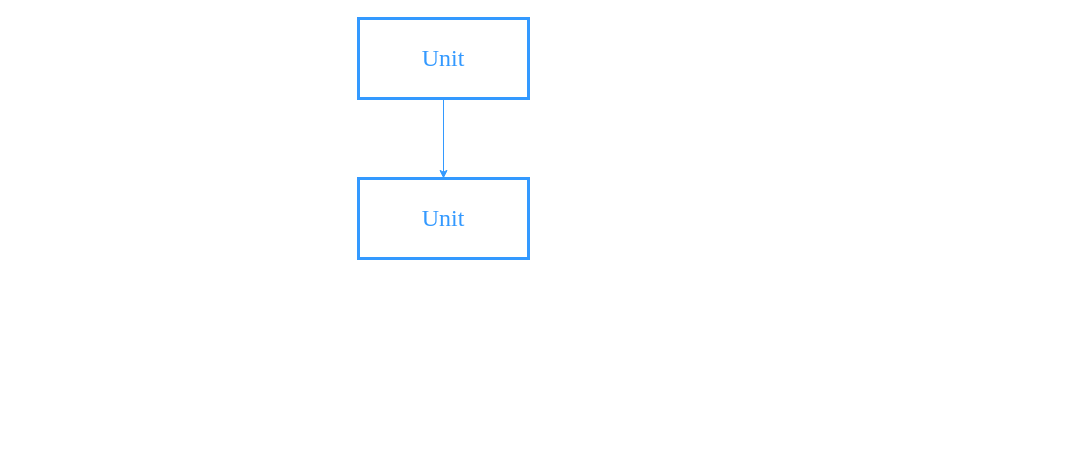
This is 未命名绘图.drawio from petertan123/Diagram, a draw.io file, before an edit. Source tidied: cells renumbered, new cells numbered last; positions are measured from the earlier drawing's top-left corner, leaving out a move shared by most shapes. Both pictures are drawn from the tidied source at 100%, with x=0, y=0 at pixel (358, 18).
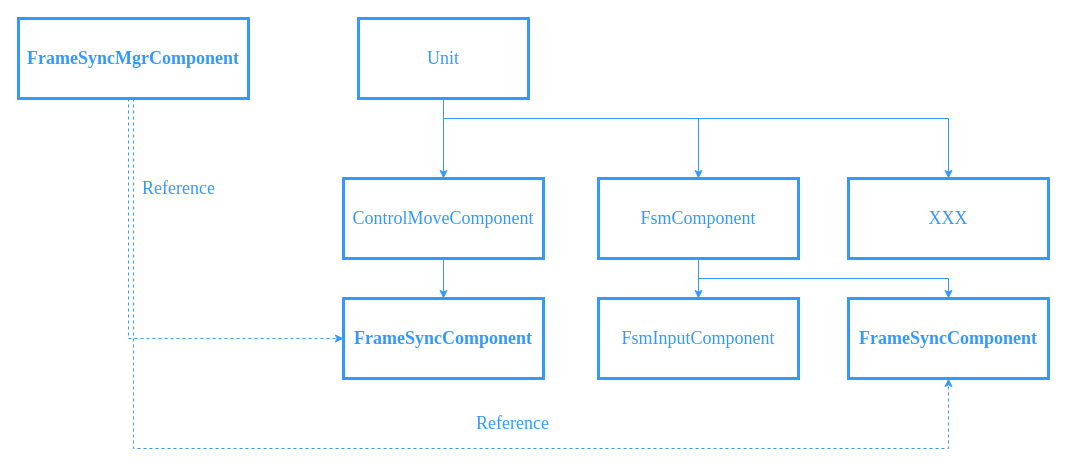
Above is the later version.

Commit message (it also covers changes not shown here):
更新未命名绘图.drawio

What changed in the source:
```diff
@@
+    <mxCell id="5" style="edgeStyle=orthogonalEdgeStyle;rounded=0;jettySize=auto;html=1;fontFamily=Times New Roman;fontSize=18;fontColor=#3399FF;strokeColor=#3399FF;" parent="1" edge="1" source="3" target="10">
+      <mxGeometry relative="1" as="geometry">
+        <Array as="points">
+          <mxPoint x="85" y="100" />
+          <mxPoint x="340" y="100" />
+        </Array>
+      </mxGeometry>
+    </mxCell>
+    <mxCell id="6" style="edgeStyle=orthogonalEdgeStyle;rounded=0;jettySize=auto;html=1;fontFamily=Times New Roman;fontSize=18;fontColor=#3399FF;strokeColor=#3399FF;" parent="1" edge="1" source="3" target="11">
+      <mxGeometry relative="1" as="geometry">
+        <Array as="points">
+          <mxPoint x="85" y="100" />
+          <mxPoint x="590" y="100" />
+        </Array>
+      </mxGeometry>
+    </mxCell>
-    <mxCell id="3" value="&lt;font style=&quot;font-size: 24px;&quot; face=&quot;Times New Roman&quot;&gt;Unit&lt;/font&gt;" style="rounded=0;whiteSpace=wrap;html=1;labelBackgroundColor=none;labelBorderColor=none;fontFamily=Helvetica;fillColor=none;strokeColor=#3399ff;strokeWidth=3;fontColor=#3399FF;" parent="1" vertex="1">
+    <mxCell id="3" value="&lt;font style=&quot;font-size: 18px;&quot; face=&quot;Times New Roman&quot;&gt;Unit&lt;/font&gt;" style="rounded=0;whiteSpace=wrap;html=1;labelBackgroundColor=none;labelBorderColor=none;fontFamily=Helvetica;fillColor=none;strokeColor=#3399ff;strokeWidth=3;fontColor=#3399FF;" parent="1" vertex="1">
       <mxGeometry width="170" height="80" as="geometry" />
     </mxCell>
+    <mxCell id="7" style="edgeStyle=orthogonalEdgeStyle;rounded=0;jettySize=auto;html=1;fontFamily=Times New Roman;fontSize=18;fontColor=#3399FF;strokeColor=#3399FF;" parent="1" edge="1" source="4" target="13">
+      <mxGeometry relative="1" as="geometry" />
+    </mxCell>
-    <mxCell id="4" value="&lt;font style=&quot;font-size: 24px;&quot; face=&quot;Times New Roman&quot;&gt;Unit&lt;/font&gt;" style="rounded=0;whiteSpace=wrap;html=1;labelBackgroundColor=none;labelBorderColor=none;fontFamily=Helvetica;fillColor=none;strokeColor=#3399ff;strokeWidth=3;fontColor=#3399FF;" parent="1" vertex="1">
-      <mxGeometry y="160" width="170" height="80" as="geometry" />
+    <mxCell id="4" value="&lt;font style=&quot;font-size: 18px;&quot; face=&quot;Times New Roman&quot;&gt;ControlMoveComponent&lt;/font&gt;" style="rounded=0;whiteSpace=wrap;html=1;labelBackgroundColor=none;labelBorderColor=none;fontFamily=Helvetica;fillColor=none;strokeColor=#3399ff;strokeWidth=3;fontColor=#3399FF;" parent="1" vertex="1">
+      <mxGeometry x="-15" y="160" width="200" height="80" as="geometry" />
     </mxCell>
+    <mxCell id="8" style="edgeStyle=orthogonalEdgeStyle;rounded=0;jettySize=auto;html=1;entryX=0.5;entryY=0;entryDx=0;entryDy=0;fontFamily=Times New Roman;fontSize=18;fontColor=#3399FF;strokeColor=#3399FF;" parent="1" edge="1" source="10" target="12">
+      <mxGeometry relative="1" as="geometry" />
+    </mxCell>
+    <mxCell id="9" style="edgeStyle=orthogonalEdgeStyle;rounded=0;jettySize=auto;html=1;fontFamily=Times New Roman;fontSize=18;fontColor=#3399FF;strokeColor=#3399FF;" parent="1" edge="1" source="10" target="18">
+      <mxGeometry relative="1" as="geometry">
+        <Array as="points">
+          <mxPoint x="340" y="260" />
+          <mxPoint x="590" y="260" />
+        </Array>
+      </mxGeometry>
+    </mxCell>
+    <mxCell id="10" value="&lt;font face=&quot;Times New Roman&quot;&gt;&lt;span style=&quot;font-size: 18px;&quot;&gt;FsmComponent&lt;/span&gt;&lt;/font&gt;" style="rounded=0;whiteSpace=wrap;html=1;labelBackgroundColor=none;labelBorderColor=none;fontFamily=Helvetica;fillColor=none;strokeColor=#3399ff;strokeWidth=3;fontColor=#3399FF;" parent="1" vertex="1">
+      <mxGeometry x="240" y="160" width="200" height="80" as="geometry" />
+    </mxCell>
+    <mxCell id="11" value="&lt;font style=&quot;font-size: 18px;&quot; face=&quot;Times New Roman&quot;&gt;XXX&lt;/font&gt;" style="rounded=0;whiteSpace=wrap;html=1;labelBackgroundColor=none;labelBorderColor=none;fontFamily=Helvetica;fillColor=none;strokeColor=#3399ff;strokeWidth=3;fontColor=#3399FF;" parent="1" vertex="1">
+      <mxGeometry x="490" y="160" width="200" height="80" as="geometry" />
+    </mxCell>
+    <mxCell id="12" value="&lt;font face=&quot;Times New Roman&quot;&gt;&lt;span style=&quot;font-size: 18px;&quot;&gt;FsmInputComponent&lt;/span&gt;&lt;/font&gt;" style="rounded=0;whiteSpace=wrap;html=1;labelBackgroundColor=none;labelBorderColor=none;fontFamily=Helvetica;fillColor=none;strokeColor=#3399ff;strokeWidth=3;fontColor=#3399FF;" parent="1" vertex="1">
+      <mxGeometry x="240" y="280" width="200" height="80" as="geometry" />
+    </mxCell>
+    <mxCell id="13" value="&lt;font face=&quot;Times New Roman&quot;&gt;&lt;span style=&quot;font-size: 18px;&quot;&gt;&lt;b&gt;FrameSyncComponent&lt;/b&gt;&lt;/span&gt;&lt;/font&gt;" style="rounded=0;whiteSpace=wrap;html=1;labelBackgroundColor=none;labelBorderColor=none;fontFamily=Helvetica;fillColor=none;strokeColor=#3399ff;strokeWidth=3;fontColor=#3399FF;" parent="1" vertex="1">
+      <mxGeometry x="-15" y="280" width="200" height="80" as="geometry" />
+    </mxCell>
+    <mxCell id="14" style="edgeStyle=orthogonalEdgeStyle;rounded=0;jettySize=auto;html=1;entryX=0;entryY=0.5;entryDx=0;entryDy=0;fontFamily=Times New Roman;fontSize=18;fontColor=#3399FF;strokeColor=#3399FF;dashed=1;" parent="1" edge="1" source="16" target="13">
+      <mxGeometry relative="1" as="geometry">
+        <Array as="points">
+          <mxPoint x="-230" y="320" />
+        </Array>
+      </mxGeometry>
+    </mxCell>
+    <mxCell id="15" style="edgeStyle=orthogonalEdgeStyle;rounded=0;jettySize=auto;html=1;fontFamily=Times New Roman;fontSize=18;fontColor=#3399FF;strokeColor=#3399FF;dashed=1;" parent="1" edge="1" source="16" target="18">
+      <mxGeometry relative="1" as="geometry">
+        <Array as="points">
+          <mxPoint x="-225" y="430" />
+          <mxPoint x="590" y="430" />
+        </Array>
+      </mxGeometry>
+    </mxCell>
+    <mxCell id="16" value="&lt;font face=&quot;Times New Roman&quot;&gt;&lt;span style=&quot;font-size: 18px;&quot;&gt;&lt;b&gt;FrameSyncMgrComponent&lt;/b&gt;&lt;/span&gt;&lt;/font&gt;" style="rounded=0;whiteSpace=wrap;html=1;labelBackgroundColor=none;labelBorderColor=none;fontFamily=Helvetica;fillColor=none;strokeColor=#3399ff;strokeWidth=3;fontColor=#3399FF;" parent="1" vertex="1">
+      <mxGeometry x="-340" width="230" height="80" as="geometry" />
+    </mxCell>
+    <mxCell id="17" value="Reference" style="text;html=1;align=center;verticalAlign=middle;strokeColor=none;fillColor=none;fontSize=18;fontFamily=Times New Roman;fontColor=#3399FF;" parent="1" vertex="1">
+      <mxGeometry x="-230" y="150" width="100" height="40" as="geometry" />
+    </mxCell>
+    <mxCell id="18" value="&lt;font face=&quot;Times New Roman&quot;&gt;&lt;span style=&quot;font-size: 18px;&quot;&gt;&lt;b&gt;FrameSyncComponent&lt;/b&gt;&lt;/span&gt;&lt;/font&gt;" style="rounded=0;whiteSpace=wrap;html=1;labelBackgroundColor=none;labelBorderColor=none;fontFamily=Helvetica;fillColor=none;strokeColor=#3399ff;strokeWidth=3;fontColor=#3399FF;" parent="1" vertex="1">
+      <mxGeometry x="490" y="280" width="200" height="80" as="geometry" />
+    </mxCell>
+    <mxCell id="19" value="Reference" style="text;html=1;align=center;verticalAlign=middle;strokeColor=none;fillColor=none;fontSize=18;fontFamily=Times New Roman;fontColor=#3399FF;" parent="1" vertex="1">
+      <mxGeometry x="104" y="385" width="100" height="40" as="geometry" />
+    </mxCell>
```
